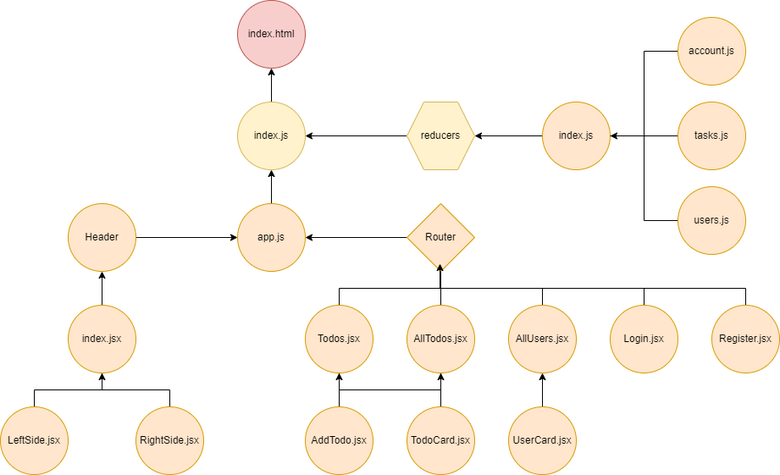
Mohammed-Almuziny/w09d05 keeps this draw.io diagram as public/UML.png. Above is the earlier version. Source tidied: cells renumbered, new cells last; positions are measured from the earlier drawing's top-left corner, leaving out a move shared by most shapes.
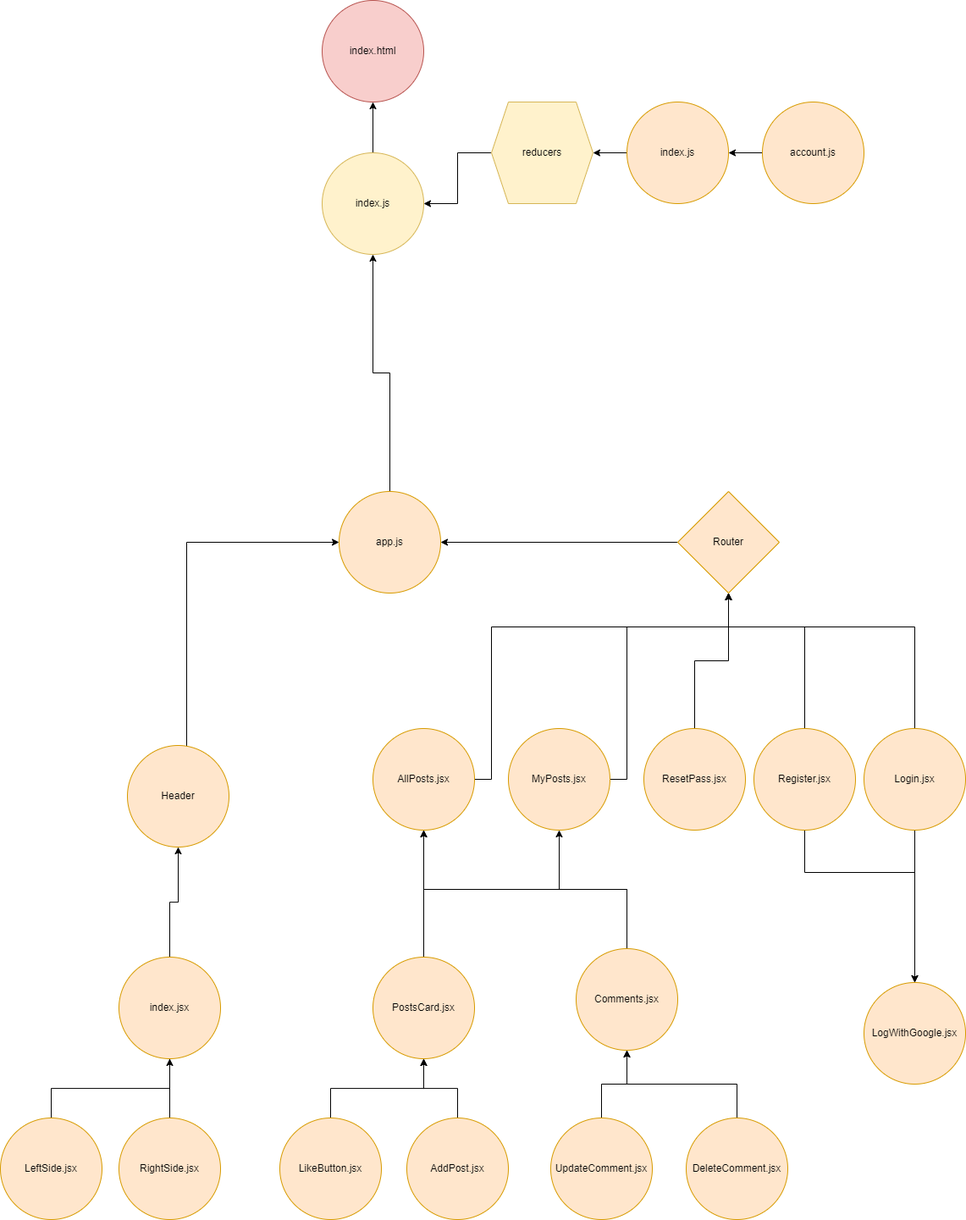
The same file after the commit.

Commit message:
update UML diagram

What changed in the source:
```diff
@@ -6,30 +6,26 @@
       <mxGeometry relative="1" as="geometry" />
     </mxCell>
     <mxCell id="3" value="index.html" style="ellipse;whiteSpace=wrap;html=1;fillColor=#f8cecc;strokeColor=#b85450;" parent="1" vertex="1">
-      <mxGeometry x="280" width="80" height="80" as="geometry" />
+      <mxGeometry x="280" width="120" height="120" as="geometry" />
     </mxCell>
     <mxCell id="4" style="edgeStyle=orthogonalEdgeStyle;rounded=0;jettySize=auto;html=1;entryX=0.5;entryY=0;entryDx=0;entryDy=0;endArrow=none;endFill=0;startArrow=classic;startFill=1;" parent="1" edge="1" source="6" target="9">
       <mxGeometry relative="1" as="geometry" />
     </mxCell>
-    <mxCell id="5" style="edgeStyle=orthogonalEdgeStyle;rounded=0;jettySize=auto;html=1;endArrow=none;endFill=0;" parent="1" edge="1" source="6">
-      <mxGeometry relative="1" as="geometry">
-        <mxPoint x="320" y="110" as="targetPoint" />
-      </mxGeometry>
-    </mxCell>
     <mxCell id="6" value="index.js" style="ellipse;whiteSpace=wrap;html=1;fillColor=#fff2cc;strokeColor=#d6b656;" parent="1" vertex="1">
-      <mxGeometry x="280" y="120" width="80" height="80" as="geometry" />
+      <mxGeometry x="280" y="180" width="120" height="120" as="geometry" />
     </mxCell>
-    <mxCell id="7" style="edgeStyle=orthogonalEdgeStyle;rounded=0;jettySize=auto;html=1;exitX=0;exitY=0.5;exitDx=0;exitDy=0;entryX=1;entryY=0.5;entryDx=0;entryDy=0;fontColor=none;endArrow=none;endFill=0;startArrow=classic;startFill=1;" parent="1" edge="1" source="9" target="10">
-      <mxGeometry relative="1" as="geometry" />
-    </mxCell>
     <mxCell id="8" style="edgeStyle=orthogonalEdgeStyle;rounded=0;jettySize=auto;html=1;exitX=1;exitY=0.5;exitDx=0;exitDy=0;entryX=0;entryY=0.5;entryDx=0;entryDy=0;fontColor=none;endArrow=none;endFill=0;startArrow=classic;startFill=1;" parent="1" edge="1" source="9" target="18">
       <mxGeometry relative="1" as="geometry" />
     </mxCell>
-    <mxCell id="9" value="app.js" style="ellipse;whiteSpace=wrap;html=1;fillColor=#ffe6cc;strokeColor=#d79b00;" parent="1" vertex="1">
-      <mxGeometry x="280" y="240" width="80" height="80" as="geometry" />
-    </mxCell>
+    <mxCell id="46" style="edgeStyle=orthogonalEdgeStyle;rounded=0;jettySize=auto;html=1;entryX=0;entryY=0.5;entryDx=0;entryDy=0;" parent="1" edge="1" source="10" target="9">
+      <mxGeometry relative="1" as="geometry">
+        <Array as="points">
+          <mxPoint x="120" y="640" />
+        </Array>
+      </mxGeometry>
+    </mxCell>
     <mxCell id="10" value="Header" style="ellipse;whiteSpace=wrap;html=1;labelBackgroundColor=none;fillColor=#ffe6cc;strokeColor=#d79b00;" parent="1" vertex="1">
-      <mxGeometry x="80" y="240" width="80" height="80" as="geometry" />
+      <mxGeometry x="50" y="880" width="120" height="120" as="geometry" />
     </mxCell>
     <mxCell id="11" style="edgeStyle=orthogonalEdgeStyle;rounded=0;jettySize=auto;html=1;exitX=0.5;exitY=0;exitDx=0;exitDy=0;entryX=0.5;entryY=1;entryDx=0;entryDy=0;fontColor=none;endArrow=classic;endFill=1;startArrow=none;startFill=0;" parent="1" edge="1" source="13" target="10">
       <mxGeometry relative="1" as="geometry" />
@@ -38,137 +34,153 @@
       <mxGeometry relative="1" as="geometry" />
     </mxCell>
     <mxCell id="13" value="index.jsx" style="ellipse;whiteSpace=wrap;html=1;labelBackgroundColor=none;fillColor=#ffe6cc;strokeColor=#d79b00;" parent="1" vertex="1">
-      <mxGeometry x="80" y="360" width="80" height="80" as="geometry" />
+      <mxGeometry x="40" y="1130" width="120" height="120" as="geometry" />
     </mxCell>
     <mxCell id="14" value="LeftSide.jsx" style="ellipse;whiteSpace=wrap;html=1;labelBackgroundColor=none;fillColor=#ffe6cc;strokeColor=#d79b00;" parent="1" vertex="1">
-      <mxGeometry y="480" width="80" height="80" as="geometry" />
+      <mxGeometry x="-100" y="1320" width="120" height="120" as="geometry" />
     </mxCell>
     <mxCell id="15" style="edgeStyle=orthogonalEdgeStyle;rounded=0;jettySize=auto;html=1;exitX=0.5;exitY=0;exitDx=0;exitDy=0;entryX=0.5;entryY=1;entryDx=0;entryDy=0;fontColor=none;endArrow=classic;endFill=1;" parent="1" edge="1" source="16" target="13">
       <mxGeometry relative="1" as="geometry" />
     </mxCell>
     <mxCell id="16" value="RightSide.jsx" style="ellipse;whiteSpace=wrap;html=1;labelBackgroundColor=none;fillColor=#ffe6cc;strokeColor=#d79b00;" parent="1" vertex="1">
-      <mxGeometry x="160" y="480" width="80" height="80" as="geometry" />
+      <mxGeometry x="40" y="1320" width="120" height="120" as="geometry" />
     </mxCell>
-    <mxCell id="17" style="edgeStyle=orthogonalEdgeStyle;rounded=0;jettySize=auto;html=1;exitX=0.5;exitY=1;exitDx=0;exitDy=0;entryX=0.5;entryY=0;entryDx=0;entryDy=0;fontColor=none;endArrow=none;endFill=0;" parent="1" edge="1" source="18" target="21">
-      <mxGeometry relative="1" as="geometry">
-        <Array as="points">
-          <mxPoint x="520" y="340" />
-          <mxPoint x="400" y="340" />
-        </Array>
-      </mxGeometry>
-    </mxCell>
     <mxCell id="18" value="Router" style="rhombus;whiteSpace=wrap;html=1;strokeColor=#d79b00;fillColor=#ffe6cc;" parent="1" vertex="1">
-      <mxGeometry x="480" y="240" width="80" height="80" as="geometry" />
+      <mxGeometry x="700" y="580" width="120" height="120" as="geometry" />
     </mxCell>
-    <mxCell id="19" style="edgeStyle=orthogonalEdgeStyle;rounded=0;jettySize=auto;html=1;exitX=0.5;exitY=1;exitDx=0;exitDy=0;entryX=0.5;entryY=0;entryDx=0;entryDy=0;fontColor=none;endArrow=none;endFill=0;" parent="1" edge="1" source="21" target="34">
-      <mxGeometry relative="1" as="geometry" />
-    </mxCell>
-    <mxCell id="20" style="edgeStyle=orthogonalEdgeStyle;rounded=0;jettySize=auto;html=1;entryX=0.5;entryY=0;entryDx=0;entryDy=0;fontColor=none;endArrow=none;endFill=0;startArrow=classic;startFill=1;" parent="1" edge="1" source="21" target="35">
-      <mxGeometry relative="1" as="geometry">
-        <Array as="points">
-          <mxPoint x="400" y="460" />
-          <mxPoint x="520" y="460" />
-        </Array>
-      </mxGeometry>
-    </mxCell>
+    <mxCell id="47" style="edgeStyle=orthogonalEdgeStyle;rounded=0;jettySize=auto;html=1;entryX=0.5;entryY=1;entryDx=0;entryDy=0;" parent="1" edge="1" source="21" target="18">
+      <mxGeometry relative="1" as="geometry">
+        <Array as="points">
+          <mxPoint x="480" y="740" />
+          <mxPoint x="760" y="740" />
+        </Array>
+      </mxGeometry>
+    </mxCell>
-    <mxCell id="21" value="Todos.jsx" style="ellipse;whiteSpace=wrap;html=1;strokeColor=#d79b00;fillColor=#ffe6cc;" parent="1" vertex="1">
-      <mxGeometry x="360" y="360" width="80" height="80" as="geometry" />
+    <mxCell id="21" value="AllPosts.jsx" style="ellipse;whiteSpace=wrap;html=1;strokeColor=#d79b00;fillColor=#ffe6cc;" parent="1" vertex="1">
+      <mxGeometry x="340" y="860" width="120" height="120" as="geometry" />
     </mxCell>
-    <mxCell id="22" style="edgeStyle=orthogonalEdgeStyle;rounded=0;jettySize=auto;html=1;exitX=0.5;exitY=0;exitDx=0;exitDy=0;fontColor=none;endArrow=none;endFill=0;" parent="1" edge="1" source="25">
-      <mxGeometry relative="1" as="geometry">
-        <mxPoint x="520" y="330" as="targetPoint" />
-      </mxGeometry>
-    </mxCell>
-    <mxCell id="23" style="edgeStyle=orthogonalEdgeStyle;rounded=0;jettySize=auto;html=1;entryX=0.5;entryY=0;entryDx=0;entryDy=0;fontColor=none;endArrow=none;endFill=0;" parent="1" edge="1" source="25" target="34">
-      <mxGeometry relative="1" as="geometry">
-        <Array as="points">
-          <mxPoint x="520" y="460" />
-          <mxPoint x="400" y="460" />
-        </Array>
-      </mxGeometry>
-    </mxCell>
-    <mxCell id="24" style="edgeStyle=orthogonalEdgeStyle;rounded=0;jettySize=auto;html=1;entryX=0.5;entryY=0;entryDx=0;entryDy=0;fontColor=none;endArrow=none;endFill=0;startArrow=classic;startFill=1;" parent="1" edge="1" source="25" target="35">
-      <mxGeometry relative="1" as="geometry" />
-    </mxCell>
+    <mxCell id="48" style="edgeStyle=orthogonalEdgeStyle;rounded=0;jettySize=auto;html=1;entryX=0.5;entryY=1;entryDx=0;entryDy=0;" parent="1" edge="1" source="25" target="18">
+      <mxGeometry relative="1" as="geometry">
+        <Array as="points">
+          <mxPoint x="640" y="740" />
+          <mxPoint x="760" y="740" />
+        </Array>
+      </mxGeometry>
+    </mxCell>
-    <mxCell id="25" value="AllTodos.jsx" style="ellipse;whiteSpace=wrap;html=1;strokeColor=#d79b00;fillColor=#ffe6cc;" parent="1" vertex="1">
-      <mxGeometry x="480" y="360" width="80" height="80" as="geometry" />
+    <mxCell id="25" value="MyPosts.jsx" style="ellipse;whiteSpace=wrap;html=1;strokeColor=#d79b00;fillColor=#ffe6cc;" parent="1" vertex="1">
+      <mxGeometry x="500" y="860" width="120" height="120" as="geometry" />
     </mxCell>
-    <mxCell id="26" style="edgeStyle=orthogonalEdgeStyle;rounded=0;jettySize=auto;html=1;entryX=0.5;entryY=1;entryDx=0;entryDy=0;fontColor=none;endArrow=none;endFill=0;" parent="1" edge="1" source="28" target="18">
-      <mxGeometry relative="1" as="geometry">
-        <Array as="points">
-          <mxPoint x="640" y="340" />
-          <mxPoint x="520" y="340" />
-        </Array>
-      </mxGeometry>
+    <mxCell id="26" style="edgeStyle=orthogonalEdgeStyle;rounded=0;jettySize=auto;html=1;entryX=0.5;entryY=1;entryDx=0;entryDy=0;" parent="1" edge="1" source="28" target="18">
+      <mxGeometry relative="1" as="geometry" />
     </mxCell>
-    <mxCell id="27" style="edgeStyle=orthogonalEdgeStyle;rounded=0;jettySize=auto;html=1;entryX=0.5;entryY=0;entryDx=0;entryDy=0;fontColor=none;endArrow=none;endFill=0;startArrow=classic;startFill=1;" parent="1" edge="1" source="28" target="33">
-      <mxGeometry relative="1" as="geometry" />
-    </mxCell>
-    <mxCell id="28" value="AllUsers.jsx" style="ellipse;whiteSpace=wrap;html=1;strokeColor=#d79b00;fillColor=#ffe6cc;" parent="1" vertex="1">
-      <mxGeometry x="600" y="360" width="80" height="80" as="geometry" />
+    <mxCell id="28" value="ResetPass.jsx" style="ellipse;whiteSpace=wrap;html=1;strokeColor=#d79b00;fillColor=#ffe6cc;" parent="1" vertex="1">
+      <mxGeometry x="660" y="860" width="120" height="120" as="geometry" />
     </mxCell>
-    <mxCell id="29" style="edgeStyle=orthogonalEdgeStyle;rounded=0;jettySize=auto;html=1;entryX=0.488;entryY=0.913;entryDx=0;entryDy=0;entryPerimeter=0;fontColor=none;endArrow=none;endFill=0;" parent="1" edge="1" source="30" target="18">
+    <mxCell id="29" style="edgeStyle=orthogonalEdgeStyle;rounded=0;jettySize=auto;html=1;entryX=0.5;entryY=1;entryDx=0;entryDy=0;" parent="1" edge="1" source="30" target="18">
       <mxGeometry relative="1" as="geometry">
         <Array as="points">
-          <mxPoint x="760" y="340" />
-          <mxPoint x="519" y="340" />
+          <mxPoint x="980" y="740" />
+          <mxPoint x="760" y="740" />
         </Array>
       </mxGeometry>
     </mxCell>
+    <mxCell id="49" style="edgeStyle=orthogonalEdgeStyle;rounded=0;jettySize=auto;html=1;entryX=0.5;entryY=0;entryDx=0;entryDy=0;" parent="1" edge="1" source="30" target="54">
+      <mxGeometry relative="1" as="geometry" />
+    </mxCell>
     <mxCell id="30" value="Login.jsx" style="ellipse;whiteSpace=wrap;html=1;strokeColor=#d79b00;fillColor=#ffe6cc;" parent="1" vertex="1">
-      <mxGeometry x="720" y="360" width="80" height="80" as="geometry" />
+      <mxGeometry x="920" y="860" width="120" height="120" as="geometry" />
     </mxCell>
+    <mxCell id="50" style="edgeStyle=orthogonalEdgeStyle;rounded=0;jettySize=auto;html=1;" parent="1" edge="1" source="32" target="54">
+      <mxGeometry relative="1" as="geometry">
+        <Array as="points">
+          <mxPoint x="850" y="1030" />
+          <mxPoint x="980" y="1030" />
+        </Array>
+      </mxGeometry>
+    </mxCell>
-    <mxCell id="31" style="edgeStyle=orthogonalEdgeStyle;rounded=0;jettySize=auto;html=1;entryX=0.488;entryY=0.888;entryDx=0;entryDy=0;entryPerimeter=0;fontColor=none;endArrow=classic;endFill=1;" parent="1" edge="1" source="32" target="18">
+    <mxCell id="31" style="edgeStyle=orthogonalEdgeStyle;rounded=0;jettySize=auto;html=1;entryX=0.5;entryY=1;entryDx=0;entryDy=0;" parent="1" edge="1" source="32" target="18">
       <mxGeometry relative="1" as="geometry">
         <Array as="points">
-          <mxPoint x="880" y="340" />
-          <mxPoint x="519" y="340" />
+          <mxPoint x="850" y="740" />
+          <mxPoint x="760" y="740" />
         </Array>
       </mxGeometry>
     </mxCell>
     <mxCell id="32" value="Register.jsx" style="ellipse;whiteSpace=wrap;html=1;strokeColor=#d79b00;fillColor=#ffe6cc;" parent="1" vertex="1">
-      <mxGeometry x="840" y="360" width="80" height="80" as="geometry" />
+      <mxGeometry x="790" y="860" width="120" height="120" as="geometry" />
     </mxCell>
-    <mxCell id="33" value="UserCard.jsx" style="ellipse;whiteSpace=wrap;html=1;strokeColor=#d79b00;fillColor=#ffe6cc;" parent="1" vertex="1">
-      <mxGeometry x="600" y="480" width="80" height="80" as="geometry" />
-    </mxCell>
+    <mxCell id="51" style="edgeStyle=orthogonalEdgeStyle;rounded=0;jettySize=auto;html=1;entryX=0.5;entryY=1;entryDx=0;entryDy=0;" parent="1" edge="1" source="34" target="60">
+      <mxGeometry relative="1" as="geometry" />
+    </mxCell>
-    <mxCell id="34" value="AddTodo.jsx" style="ellipse;whiteSpace=wrap;html=1;strokeColor=#d79b00;fillColor=#ffe6cc;" parent="1" vertex="1">
-      <mxGeometry x="360" y="480" width="80" height="80" as="geometry" />
+    <mxCell id="34" value="AddPost.jsx" style="ellipse;whiteSpace=wrap;html=1;strokeColor=#d79b00;fillColor=#ffe6cc;" parent="1" vertex="1">
+      <mxGeometry x="380" y="1320" width="120" height="120" as="geometry" />
     </mxCell>
+    <mxCell id="52" style="edgeStyle=orthogonalEdgeStyle;rounded=0;jettySize=auto;html=1;entryX=0.5;entryY=1;entryDx=0;entryDy=0;" parent="1" edge="1" source="35" target="25">
+      <mxGeometry relative="1" as="geometry" />
+    </mxCell>
+    <mxCell id="53" style="edgeStyle=orthogonalEdgeStyle;rounded=0;jettySize=auto;html=1;entryX=0.5;entryY=1;entryDx=0;entryDy=0;" parent="1" edge="1" source="35" target="21">
+      <mxGeometry relative="1" as="geometry">
+        <Array as="points">
+          <mxPoint x="640" y="1050" />
+          <mxPoint x="400" y="1050" />
+        </Array>
+      </mxGeometry>
+    </mxCell>
-    <mxCell id="35" value="TodoCard.jsx" style="ellipse;whiteSpace=wrap;html=1;strokeColor=#d79b00;fillColor=#ffe6cc;" parent="1" vertex="1">
-      <mxGeometry x="480" y="480" width="80" height="80" as="geometry" />
+    <mxCell id="35" value="Comments.jsx" style="ellipse;whiteSpace=wrap;html=1;strokeColor=#d79b00;fillColor=#ffe6cc;" parent="1" vertex="1">
+      <mxGeometry x="580" y="1120" width="120" height="120" as="geometry" />
     </mxCell>
     <mxCell id="36" style="edgeStyle=orthogonalEdgeStyle;rounded=0;jettySize=auto;html=1;exitX=0;exitY=0.5;exitDx=0;exitDy=0;entryX=1;entryY=0.5;entryDx=0;entryDy=0;fontColor=none;endArrow=classic;endFill=1;" parent="1" edge="1" source="37" target="6">
       <mxGeometry relative="1" as="geometry" />
     </mxCell>
     <mxCell id="37" value="reducers" style="shape=hexagon;perimeter=hexagonPerimeter2;whiteSpace=wrap;html=1;fixedSize=1;strokeColor=#d6b656;fillColor=#fff2cc;" parent="1" vertex="1">
-      <mxGeometry x="480" y="120" width="80" height="80" as="geometry" />
+      <mxGeometry x="480" y="120" width="120" height="120" as="geometry" />
     </mxCell>
     <mxCell id="38" style="edgeStyle=orthogonalEdgeStyle;rounded=0;jettySize=auto;html=1;entryX=1;entryY=0.5;entryDx=0;entryDy=0;fontColor=none;endArrow=classic;endFill=1;" parent="1" edge="1" source="39" target="37">
       <mxGeometry relative="1" as="geometry" />
     </mxCell>
     <mxCell id="39" value="index.js" style="ellipse;whiteSpace=wrap;html=1;strokeColor=#d79b00;fillColor=#ffe6cc;" parent="1" vertex="1">
-      <mxGeometry x="640" y="120" width="80" height="80" as="geometry" />
+      <mxGeometry x="640" y="120" width="120" height="120" as="geometry" />
     </mxCell>
     <mxCell id="40" style="edgeStyle=orthogonalEdgeStyle;rounded=0;jettySize=auto;html=1;entryX=1;entryY=0.5;entryDx=0;entryDy=0;fontColor=none;endArrow=classic;endFill=1;" parent="1" edge="1" source="41" target="39">
       <mxGeometry relative="1" as="geometry" />
     </mxCell>
     <mxCell id="41" value="account.js" style="ellipse;whiteSpace=wrap;html=1;strokeColor=#d79b00;fillColor=#ffe6cc;" parent="1" vertex="1">
-      <mxGeometry x="800" y="20" width="80" height="80" as="geometry" />
+      <mxGeometry x="800" y="120" width="120" height="120" as="geometry" />
     </mxCell>
-    <mxCell id="42" style="edgeStyle=orthogonalEdgeStyle;rounded=0;jettySize=auto;html=1;fontColor=none;endArrow=none;endFill=0;" parent="1" edge="1" source="43">
-      <mxGeometry relative="1" as="geometry">
-        <mxPoint x="730" y="160" as="targetPoint" />
-      </mxGeometry>
-    </mxCell>
-    <mxCell id="43" value="tasks.js" style="ellipse;whiteSpace=wrap;html=1;strokeColor=#d79b00;fillColor=#ffe6cc;" parent="1" vertex="1">
-      <mxGeometry x="800" y="120" width="80" height="80" as="geometry" />
-    </mxCell>
-    <mxCell id="44" style="edgeStyle=orthogonalEdgeStyle;rounded=0;jettySize=auto;html=1;entryX=1;entryY=0.5;entryDx=0;entryDy=0;fontColor=none;endArrow=none;endFill=0;" parent="1" edge="1" source="45" target="39">
-      <mxGeometry relative="1" as="geometry" />
-    </mxCell>
-    <mxCell id="45" value="users.js" style="ellipse;whiteSpace=wrap;html=1;strokeColor=#d79b00;fillColor=#ffe6cc;" parent="1" vertex="1">
-      <mxGeometry x="800" y="220" width="80" height="80" as="geometry" />
-    </mxCell>
+    <mxCell id="54" value="LogWithGoogle.jsx" style="ellipse;whiteSpace=wrap;html=1;strokeColor=#d79b00;fillColor=#ffe6cc;" parent="1" vertex="1">
+      <mxGeometry x="920" y="1160" width="120" height="120" as="geometry" />
+    </mxCell>
+    <mxCell id="55" style="edgeStyle=orthogonalEdgeStyle;rounded=0;jettySize=auto;html=1;entryX=0.5;entryY=1;entryDx=0;entryDy=0;" parent="1" edge="1" source="56" target="35">
+      <mxGeometry relative="1" as="geometry">
+        <Array as="points">
+          <mxPoint x="770" y="1280" />
+          <mxPoint x="640" y="1280" />
+        </Array>
+      </mxGeometry>
+    </mxCell>
+    <mxCell id="56" value="DeleteComment.jsx" style="ellipse;whiteSpace=wrap;html=1;strokeColor=#d79b00;fillColor=#ffe6cc;" parent="1" vertex="1">
+      <mxGeometry x="710" y="1320" width="120" height="120" as="geometry" />
+    </mxCell>
+    <mxCell id="57" style="edgeStyle=orthogonalEdgeStyle;rounded=0;jettySize=auto;html=1;entryX=0.5;entryY=1;entryDx=0;entryDy=0;" parent="1" edge="1" source="58" target="60">
+      <mxGeometry relative="1" as="geometry" />
+    </mxCell>
+    <mxCell id="58" value="LikeButton.jsx" style="ellipse;whiteSpace=wrap;html=1;strokeColor=#d79b00;fillColor=#ffe6cc;" parent="1" vertex="1">
+      <mxGeometry x="230" y="1320" width="120" height="120" as="geometry" />
+    </mxCell>
+    <mxCell id="59" style="edgeStyle=orthogonalEdgeStyle;rounded=0;jettySize=auto;html=1;entryX=0.5;entryY=1;entryDx=0;entryDy=0;" parent="1" edge="1" source="60" target="21">
+      <mxGeometry relative="1" as="geometry" />
+    </mxCell>
+    <mxCell id="60" value="PostsCard.jsx" style="ellipse;whiteSpace=wrap;html=1;strokeColor=#d79b00;fillColor=#ffe6cc;" parent="1" vertex="1">
+      <mxGeometry x="340" y="1130" width="120" height="120" as="geometry" />
+    </mxCell>
+    <mxCell id="61" style="edgeStyle=orthogonalEdgeStyle;rounded=0;jettySize=auto;html=1;entryX=0.5;entryY=1;entryDx=0;entryDy=0;" parent="1" edge="1" source="62" target="35">
+      <mxGeometry relative="1" as="geometry" />
+    </mxCell>
+    <mxCell id="62" value="UpdateComment.jsx" style="ellipse;whiteSpace=wrap;html=1;strokeColor=#d79b00;fillColor=#ffe6cc;" parent="1" vertex="1">
+      <mxGeometry x="550" y="1320" width="120" height="120" as="geometry" />
+    </mxCell>
+    <mxCell id="9" value="app.js" style="ellipse;whiteSpace=wrap;html=1;fillColor=#ffe6cc;strokeColor=#d79b00;" parent="1" vertex="1">
+      <mxGeometry x="300" y="580" width="120" height="120" as="geometry" />
+    </mxCell>
   </root>
 </mxGraphModel>
```
